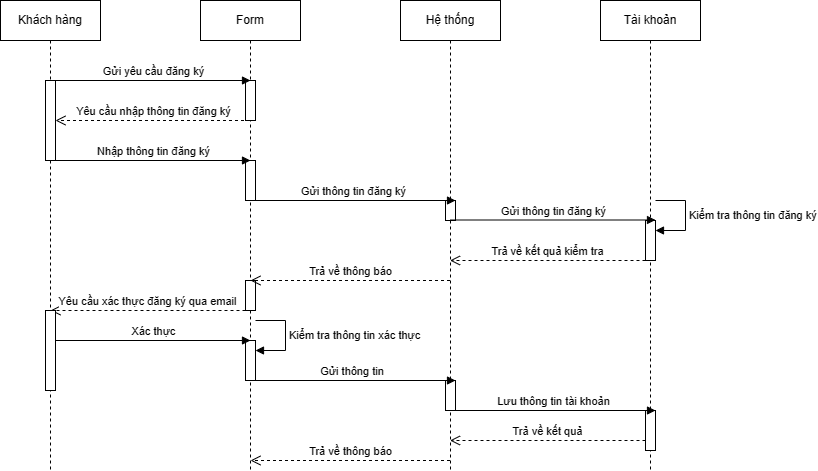
Earlier version of the draw.io export SD/imgs/SD_DANGKY.drawio.png (hieuNV0871/da). Source tidied: cells renumbered, new cells last; positions are measured from the earlier drawing's top-left corner, leaving out a move shared by most shapes.
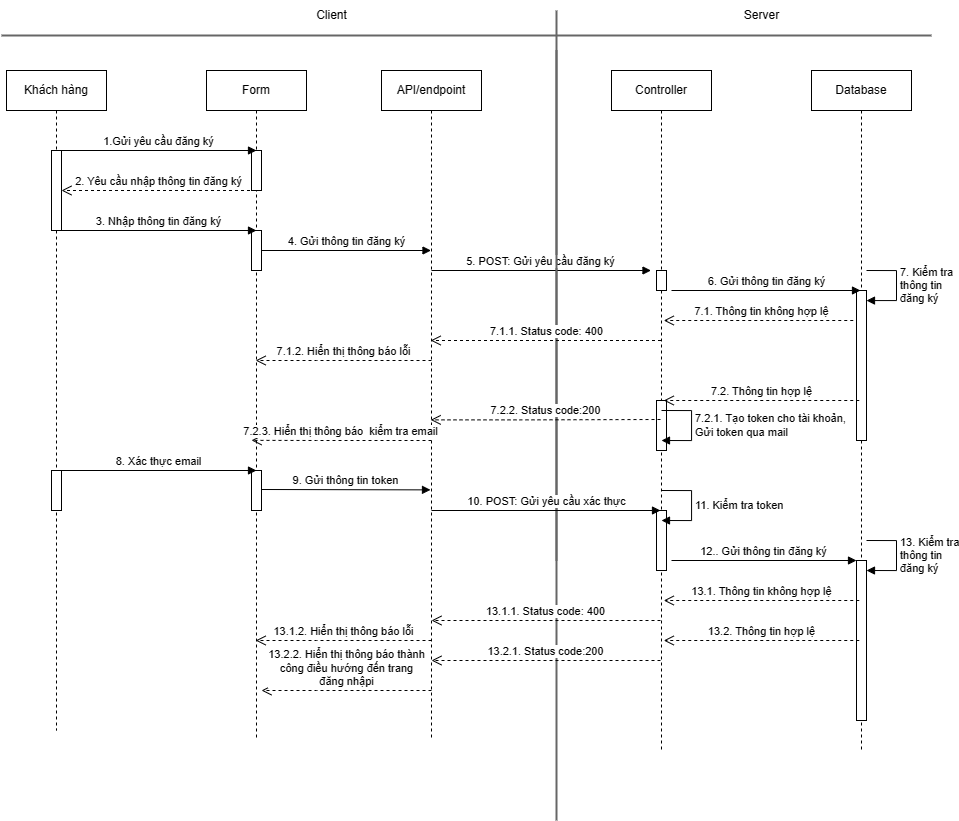
After the change.

What changed in the source:
```diff
@@ -2,14 +2,17 @@
   <root>
     <mxCell id="0" />
     <mxCell id="1" parent="0" />
+    <mxCell id="31" style="line;strokeWidth=2;direction=south;html=1;fillColor=#f5f5f5;fontColor=#333333;strokeColor=#666666;" parent="1" vertex="1">
+      <mxGeometry x="340" y="-30" width="10" height="770" as="geometry" />
+    </mxCell>
     <mxCell id="2" value="Khách hàng" style="shape=umlLifeline;perimeter=lifelinePerimeter;whiteSpace=wrap;html=1;newEdgeStyle={&quot;curved&quot;:0,&quot;rounded&quot;:0};" parent="1" vertex="1">
-      <mxGeometry width="100" height="470" as="geometry" />
+      <mxGeometry x="-205" y="-10" width="100" height="660" as="geometry" />
     </mxCell>
     <mxCell id="3" style="html=1;points=[[0,0,0,0,5],[0,1,0,0,-5],[1,0,0,0,5],[1,1,0,0,-5]];perimeter=orthogonalPerimeter;outlineConnect=0;targetShapes=umlLifeline;portConstraint=eastwest;newEdgeStyle={&quot;curved&quot;:0,&quot;rounded&quot;:0};" parent="2" vertex="1">
       <mxGeometry x="45" y="80" width="10" height="80" as="geometry" />
     </mxCell>
     <mxCell id="4" value="Form" style="shape=umlLifeline;perimeter=lifelinePerimeter;whiteSpace=wrap;html=1;outlineConnect=0;portConstraint=eastwest;newEdgeStyle={&quot;curved&quot;:0,&quot;rounded&quot;:0};" parent="1" vertex="1">
-      <mxGeometry x="200" width="100" height="470" as="geometry" />
+      <mxGeometry x="-5" y="-10" width="100" height="670" as="geometry" />
     </mxCell>
     <mxCell id="5" style="html=1;perimeter=orthogonalPerimeter;targetShapes=umlLifeline;newEdgeStyle={&quot;curved&quot;:0,&quot;rounded&quot;:0};" parent="4" vertex="1">
       <mxGeometry x="45" y="80" width="10" height="40" as="geometry" />
@@ -17,75 +20,58 @@
     <mxCell id="6" style="html=1;points=[[0,0,0,0,5],[0,1,0,0,-5],[1,0,0,0,5],[1,1,0,0,-5]];perimeter=orthogonalPerimeter;outlineConnect=0;targetShapes=umlLifeline;portConstraint=eastwest;newEdgeStyle={&quot;curved&quot;:0,&quot;rounded&quot;:0};" parent="4" vertex="1">
       <mxGeometry x="45" y="160" width="10" height="40" as="geometry" />
     </mxCell>
-    <mxCell id="7" style="html=1;perimeter=orthogonalPerimeter;targetShapes=umlLifeline;newEdgeStyle={&quot;curved&quot;:0,&quot;rounded&quot;:0};" parent="4" vertex="1">
-      <mxGeometry x="45" y="280" width="10" height="30" as="geometry" />
-    </mxCell>
-    <mxCell id="8" style="html=1;points=[[0,0,0,0,5],[0,1,0,0,-5],[1,0,0,0,5],[1,1,0,0,-5]];perimeter=orthogonalPerimeter;outlineConnect=0;targetShapes=umlLifeline;portConstraint=eastwest;newEdgeStyle={&quot;curved&quot;:0,&quot;rounded&quot;:0};" parent="4" vertex="1">
-      <mxGeometry x="45" y="340" width="10" height="40" as="geometry" />
-    </mxCell>
-    <mxCell id="9" value="Kiểm tra thông tin xác thực" style="html=1;align=left;spacingLeft=2;endArrow=block;rounded=0;edgeStyle=orthogonalEdgeStyle;curved=0;rounded=0;" parent="4" edge="1" target="8">
-      <mxGeometry relative="1" as="geometry">
-        <mxPoint x="55" y="320" as="sourcePoint" />
-        <Array as="points">
-          <mxPoint x="85" y="350" />
-        </Array>
-      </mxGeometry>
-    </mxCell>
+    <mxCell id="32" style="html=1;perimeter=orthogonalPerimeter;targetShapes=umlLifeline;newEdgeStyle={&quot;curved&quot;:0,&quot;rounded&quot;:0};" parent="4" vertex="1">
+      <mxGeometry x="45" y="400" width="10" height="40" as="geometry" />
+    </mxCell>
-    <mxCell id="10" value="Hệ thống" style="shape=umlLifeline;perimeter=lifelinePerimeter;whiteSpace=wrap;html=1;outlineConnect=0;portConstraint=eastwest;newEdgeStyle={&quot;curved&quot;:0,&quot;rounded&quot;:0};" parent="1" vertex="1">
-      <mxGeometry x="400" width="100" height="470" as="geometry" />
+    <mxCell id="10" value="Controller" style="shape=umlLifeline;perimeter=lifelinePerimeter;whiteSpace=wrap;html=1;outlineConnect=0;portConstraint=eastwest;newEdgeStyle={&quot;curved&quot;:0,&quot;rounded&quot;:0};" parent="1" vertex="1">
+      <mxGeometry x="400" y="-10" width="100" height="680" as="geometry" />
     </mxCell>
     <mxCell id="11" style="html=1;perimeter=orthogonalPerimeter;targetShapes=umlLifeline;newEdgeStyle={&quot;curved&quot;:0,&quot;rounded&quot;:0};" parent="10" vertex="1">
       <mxGeometry x="45" y="200" width="10" height="20" as="geometry" />
     </mxCell>
     <mxCell id="12" style="html=1;perimeter=orthogonalPerimeter;targetShapes=umlLifeline;newEdgeStyle={&quot;curved&quot;:0,&quot;rounded&quot;:0};" parent="10" vertex="1">
-      <mxGeometry x="45" y="380" width="10" height="30" as="geometry" />
+      <mxGeometry x="45" y="330" width="10" height="50" as="geometry" />
     </mxCell>
+    <mxCell id="33" style="html=1;perimeter=orthogonalPerimeter;targetShapes=umlLifeline;newEdgeStyle={&quot;curved&quot;:0,&quot;rounded&quot;:0};" parent="10" vertex="1">
+      <mxGeometry x="45" y="440" width="10" height="60" as="geometry" />
+    </mxCell>
-    <mxCell id="13" value="Yêu cầu nhập thông tin đăng ký&lt;br&gt;" style="html=1;verticalAlign=bottom;endArrow=open;dashed=1;endSize=8;curved=0;rounded=0;" parent="1" edge="1" source="4" target="3">
+    <mxCell id="13" value="2. Yêu cầu nhập thông tin đăng ký" style="html=1;verticalAlign=bottom;endArrow=open;dashed=1;endSize=8;curved=0;rounded=0;" parent="1" edge="1" source="4" target="3">
       <mxGeometry relative="1" as="geometry">
         <Array as="points">
-          <mxPoint x="130" y="120" />
+          <mxPoint x="-75" y="110" />
         </Array>
       </mxGeometry>
     </mxCell>
-    <mxCell id="14" value="Nhập thông tin đăng ký" style="html=1;verticalAlign=bottom;endArrow=block;curved=0;rounded=0;" parent="1" edge="1" source="3">
+    <mxCell id="14" value="3. Nhập thông tin đăng ký" style="html=1;verticalAlign=bottom;endArrow=block;curved=0;rounded=0;" parent="1" edge="1" source="3">
       <mxGeometry relative="1" as="geometry">
-        <mxPoint x="250" y="160" as="targetPoint" />
+        <mxPoint x="45" y="150" as="targetPoint" />
       </mxGeometry>
     </mxCell>
-    <mxCell id="15" value="Gửi yêu cầu đăng ký&lt;br&gt;" style="html=1;verticalAlign=bottom;endArrow=block;curved=0;rounded=0;" parent="1" edge="1">
+    <mxCell id="15" value="1.Gửi yêu cầu đăng ký" style="html=1;verticalAlign=bottom;endArrow=block;curved=0;rounded=0;" parent="1" edge="1">
       <mxGeometry relative="1" as="geometry">
-        <mxPoint x="55" y="80" as="sourcePoint" />
-        <mxPoint x="250" y="80" as="targetPoint" />
+        <mxPoint x="-150" y="70" as="sourcePoint" />
+        <mxPoint x="45" y="70" as="targetPoint" />
       </mxGeometry>
     </mxCell>
-    <mxCell id="16" value="Gửi thông tin đăng ký&lt;br&gt;" style="html=1;verticalAlign=bottom;endArrow=block;curved=0;rounded=0;" parent="1" edge="1">
+    <mxCell id="16" value="5. POST: Gửi yêu cầu đăng ký" style="html=1;verticalAlign=bottom;endArrow=block;curved=0;rounded=0;" parent="1" edge="1">
       <mxGeometry relative="1" as="geometry">
-        <mxPoint x="250" y="200" as="sourcePoint" />
-        <mxPoint x="455" y="200" as="targetPoint" />
+        <mxPoint x="220" y="190" as="sourcePoint" />
+        <mxPoint x="439.5" y="190" as="targetPoint" />
       </mxGeometry>
     </mxCell>
-    <mxCell id="17" value="Trả về kết quả kiểm tra" style="html=1;verticalAlign=bottom;endArrow=open;dashed=1;endSize=8;curved=0;rounded=0;" parent="1" edge="1">
+    <mxCell id="17" value="7.1. Thông tin không hợp lệ" style="html=1;verticalAlign=bottom;endArrow=open;dashed=1;endSize=8;curved=0;rounded=0;" parent="1" edge="1">
       <mxGeometry relative="1" as="geometry">
-        <mxPoint x="645" y="260" as="sourcePoint" />
-        <mxPoint x="449.5" y="260" as="targetPoint" />
+        <mxPoint x="647.8" y="240" as="sourcePoint" />
+        <mxPoint x="452.2" y="240" as="targetPoint" />
         <Array as="points">
-          <mxPoint x="485" y="260" />
+          <mxPoint x="487.8" y="240" />
         </Array>
       </mxGeometry>
     </mxCell>
-    <mxCell id="18" value="Trả về thông báo" style="html=1;verticalAlign=bottom;endArrow=open;dashed=1;endSize=8;curved=0;rounded=0;" parent="1" edge="1">
-      <mxGeometry relative="1" as="geometry">
-        <mxPoint x="449.5" y="280" as="sourcePoint" />
-        <mxPoint x="250" y="280" as="targetPoint" />
-        <Array as="points">
-          <mxPoint x="325" y="280" />
-        </Array>
-      </mxGeometry>
-    </mxCell>
-    <mxCell id="19" value="Tài khoản" style="shape=umlLifeline;perimeter=lifelinePerimeter;whiteSpace=wrap;html=1;newEdgeStyle={&quot;curved&quot;:0,&quot;rounded&quot;:0};" parent="1" vertex="1">
-      <mxGeometry x="600" width="100" height="470" as="geometry" />
+    <mxCell id="19" value="Database" style="shape=umlLifeline;perimeter=lifelinePerimeter;whiteSpace=wrap;html=1;newEdgeStyle={&quot;curved&quot;:0,&quot;rounded&quot;:0};" parent="1" vertex="1">
+      <mxGeometry x="600" y="-10" width="100" height="680" as="geometry" />
     </mxCell>
-    <mxCell id="20" value="Kiểm tra thông tin đăng ký" style="html=1;align=left;spacingLeft=2;endArrow=block;rounded=0;edgeStyle=orthogonalEdgeStyle;curved=0;rounded=0;" parent="19" edge="1" target="21">
+    <mxCell id="20" value="7. Kiểm tra &lt;br&gt;thông tin &lt;br&gt;đăng ký" style="html=1;align=left;spacingLeft=2;endArrow=block;rounded=0;edgeStyle=orthogonalEdgeStyle;curved=0;rounded=0;" parent="19" edge="1" target="21">
       <mxGeometry relative="1" as="geometry">
         <mxPoint x="55" y="200" as="sourcePoint" />
         <Array as="points">
@@ -94,64 +80,175 @@
       </mxGeometry>
     </mxCell>
     <mxCell id="21" style="html=1;points=[[0,0,0,0,5],[0,1,0,0,-5],[1,0,0,0,5],[1,1,0,0,-5]];perimeter=orthogonalPerimeter;outlineConnect=0;targetShapes=umlLifeline;portConstraint=eastwest;newEdgeStyle={&quot;curved&quot;:0,&quot;rounded&quot;:0};" parent="19" vertex="1">
-      <mxGeometry x="45" y="220" width="10" height="40" as="geometry" />
+      <mxGeometry x="45" y="220" width="10" height="150" as="geometry" />
     </mxCell>
     <mxCell id="22" style="html=1;perimeter=orthogonalPerimeter;targetShapes=umlLifeline;newEdgeStyle={&quot;curved&quot;:0,&quot;rounded&quot;:0};" parent="19" vertex="1">
-      <mxGeometry x="45" y="410" width="10" height="40" as="geometry" />
+      <mxGeometry x="45" y="490" width="10" height="160" as="geometry" />
     </mxCell>
-    <mxCell id="23" value="Gửi thông tin đăng ký&lt;br&gt;" style="html=1;verticalAlign=bottom;endArrow=block;curved=0;rounded=0;" parent="1" edge="1">
+    <mxCell id="23" value="12.. Gửi thông tin đăng ký" style="html=1;verticalAlign=bottom;endArrow=block;curved=0;rounded=0;" parent="1" edge="1">
       <mxGeometry relative="1" as="geometry">
-        <mxPoint x="450" y="219.5" as="sourcePoint" />
-        <mxPoint x="655" y="219.5" as="targetPoint" />
+        <mxPoint x="460" y="480" as="sourcePoint" />
+        <mxPoint x="645" y="480" as="targetPoint" />
       </mxGeometry>
     </mxCell>
-    <mxCell id="24" value="Yêu cầu xác thực đăng ký qua email" style="html=1;verticalAlign=bottom;endArrow=open;dashed=1;endSize=8;curved=0;rounded=0;" parent="1" edge="1">
-      <mxGeometry relative="1" as="geometry">
-        <mxPoint x="245" y="310" as="sourcePoint" />
-        <mxPoint x="50" y="310" as="targetPoint" />
-        <Array as="points">
-          <mxPoint x="125" y="310" />
-        </Array>
-      </mxGeometry>
-    </mxCell>
     <mxCell id="25" style="html=1;perimeter=orthogonalPerimeter;targetShapes=umlLifeline;newEdgeStyle={&quot;curved&quot;:0,&quot;rounded&quot;:0};" parent="1" vertex="1">
-      <mxGeometry x="45" y="310" width="10" height="80" as="geometry" />
+      <mxGeometry x="-160" y="390" width="10" height="40" as="geometry" />
     </mxCell>
-    <mxCell id="26" value="Xác thực" style="html=1;verticalAlign=bottom;endArrow=block;curved=0;rounded=0;" parent="1" edge="1">
+    <mxCell id="26" value="8. Xác thực email" style="html=1;verticalAlign=bottom;endArrow=block;curved=0;rounded=0;" parent="1" edge="1">
       <mxGeometry relative="1" as="geometry">
-        <mxPoint x="55" y="340" as="sourcePoint" />
-        <mxPoint x="250" y="340" as="targetPoint" />
+        <mxPoint x="-150" y="390" as="sourcePoint" />
+        <mxPoint x="45" y="390" as="targetPoint" />
       </mxGeometry>
     </mxCell>
-    <mxCell id="27" value="Gửi thông tin&amp;nbsp;" style="html=1;verticalAlign=bottom;endArrow=block;curved=0;rounded=0;" parent="1" edge="1">
-      <mxGeometry relative="1" as="geometry">
-        <mxPoint x="250" y="380" as="sourcePoint" />
-        <mxPoint x="455" y="380" as="targetPoint" />
-      </mxGeometry>
-    </mxCell>
-    <mxCell id="28" value="Lưu thông tin tài khoản" style="html=1;verticalAlign=bottom;endArrow=block;curved=0;rounded=0;" parent="1" edge="1">
-      <mxGeometry relative="1" as="geometry">
-        <mxPoint x="450" y="410" as="sourcePoint" />
-        <mxPoint x="655" y="410" as="targetPoint" />
-      </mxGeometry>
-    </mxCell>
-    <mxCell id="29" value="Trả về kết quả" style="html=1;verticalAlign=bottom;endArrow=open;dashed=1;endSize=8;curved=0;rounded=0;" parent="1" edge="1">
-      <mxGeometry relative="1" as="geometry">
-        <mxPoint x="645" y="440" as="sourcePoint" />
-        <mxPoint x="449.5" y="440" as="targetPoint" />
-        <Array as="points">
-          <mxPoint x="485" y="440" />
-        </Array>
-      </mxGeometry>
-    </mxCell>
-    <mxCell id="30" value="Trả về thông báo" style="html=1;verticalAlign=bottom;endArrow=open;dashed=1;endSize=8;curved=0;rounded=0;" parent="1" edge="1">
-      <mxGeometry relative="1" as="geometry">
-        <mxPoint x="449.5" y="460" as="sourcePoint" />
-        <mxPoint x="250" y="460" as="targetPoint" />
-        <Array as="points">
-          <mxPoint x="325" y="460" />
-        </Array>
-      </mxGeometry>
-    </mxCell>
+    <mxCell id="34" style="line;strokeWidth=2;html=1;fillColor=#f5f5f5;fontColor=#333333;strokeColor=#666666;" parent="1" vertex="1">
+      <mxGeometry x="-210" y="-50" width="930" height="10" as="geometry" />
+    </mxCell>
+    <mxCell id="35" value="Server" style="text;html=1;align=center;verticalAlign=middle;strokeColor=none;fillColor=none;" parent="1" vertex="1">
+      <mxGeometry x="520" y="-80" width="60" height="30" as="geometry" />
+    </mxCell>
+    <mxCell id="36" value="Client" style="text;html=1;align=center;verticalAlign=middle;strokeColor=none;fillColor=none;" parent="1" vertex="1">
+      <mxGeometry x="95" y="-80" width="50" height="30" as="geometry" />
+    </mxCell>
+    <mxCell id="37" style="line;strokeWidth=2;direction=south;html=1;fillColor=#f5f5f5;fontColor=#333333;strokeColor=#666666;" parent="1" vertex="1">
+      <mxGeometry x="340" y="-70" width="10" height="550" as="geometry" />
+    </mxCell>
+    <mxCell id="38" value="API/endpoint" style="shape=umlLifeline;perimeter=lifelinePerimeter;whiteSpace=wrap;html=1;outlineConnect=0;portConstraint=eastwest;newEdgeStyle={&quot;curved&quot;:0,&quot;rounded&quot;:0};" parent="1" vertex="1">
+      <mxGeometry x="170" y="-10" width="100" height="670" as="geometry" />
+    </mxCell>
+    <mxCell id="39" value="4. Gửi thông tin đăng ký" style="html=1;verticalAlign=bottom;endArrow=block;curved=0;rounded=0;" parent="1" edge="1" source="6" target="38">
+      <mxGeometry relative="1" as="geometry" />
+    </mxCell>
+    <mxCell id="40" value="7.1.1. Status code: 400" style="html=1;verticalAlign=bottom;endArrow=open;dashed=1;endSize=8;curved=0;rounded=0;" parent="1" edge="1" source="10" target="38">
+      <mxGeometry relative="1" as="geometry">
+        <Array as="points">
+          <mxPoint x="310.5" y="260" />
+        </Array>
+      </mxGeometry>
+    </mxCell>
+    <mxCell id="41" value="7.2. Thông tin hợp lệ" style="html=1;verticalAlign=bottom;endArrow=open;dashed=1;endSize=8;curved=0;rounded=0;" parent="1" edge="1">
+      <mxGeometry relative="1" as="geometry">
+        <mxPoint x="647.8" y="320" as="sourcePoint" />
+        <mxPoint x="452.2" y="320" as="targetPoint" />
+        <Array as="points">
+          <mxPoint x="487.8" y="320" />
+        </Array>
+      </mxGeometry>
+    </mxCell>
+    <mxCell id="42" value="7.2.2. Status code:200" style="html=1;verticalAlign=bottom;endArrow=open;dashed=1;endSize=8;curved=0;rounded=0;" parent="1" edge="1" target="38">
+      <mxGeometry relative="1" as="geometry">
+        <mxPoint x="449" y="339" as="sourcePoint" />
+        <Array as="points">
+          <mxPoint x="310.5" y="339.4" />
+        </Array>
+      </mxGeometry>
+    </mxCell>
+    <mxCell id="43" value="7.2.1. Tạo token cho tài khoản,&amp;nbsp;&lt;br&gt;Gửi token qua mail" style="html=1;align=left;spacingLeft=2;endArrow=block;rounded=0;edgeStyle=orthogonalEdgeStyle;curved=0;rounded=0;" parent="1" edge="1">
+      <mxGeometry relative="1" as="geometry">
+        <mxPoint x="450" y="330" as="sourcePoint" />
+        <mxPoint x="450" y="360" as="targetPoint" />
+        <Array as="points">
+          <mxPoint x="480" y="360" />
+        </Array>
+      </mxGeometry>
+    </mxCell>
+    <mxCell id="44" value="7.1.2. Hiển thị thông báo lỗi" style="html=1;verticalAlign=bottom;endArrow=open;dashed=1;endSize=8;curved=0;rounded=0;" parent="1" edge="1" target="4">
+      <mxGeometry relative="1" as="geometry">
+        <mxPoint x="220" y="280" as="sourcePoint" />
+        <Array as="points">
+          <mxPoint x="105" y="280" />
+        </Array>
+      </mxGeometry>
+    </mxCell>
+    <mxCell id="45" value="7.2.3. Hiển thị thông báo&amp;nbsp; kiểm tra email" style="html=1;verticalAlign=bottom;endArrow=open;dashed=1;endSize=8;curved=0;rounded=0;entryX=0.45;entryY=0.552;entryDx=0;entryDy=0;entryPerimeter=0;" parent="1" edge="1" target="4">
+      <mxGeometry relative="1" as="geometry">
+        <mxPoint x="220" y="360" as="sourcePoint" />
+        <Array as="points">
+          <mxPoint x="105" y="360" />
+        </Array>
+      </mxGeometry>
+    </mxCell>
+    <mxCell id="46" value="9. Gửi thông tin token" style="html=1;verticalAlign=bottom;endArrow=block;curved=0;rounded=0;" parent="1" edge="1">
+      <mxGeometry relative="1" as="geometry">
+        <mxPoint x="50" y="409" as="sourcePoint" />
+        <mxPoint x="219" y="409.4" as="targetPoint" />
+      </mxGeometry>
+    </mxCell>
+    <mxCell id="47" value="10. POST: Gửi yêu cầu xác thực" style="html=1;verticalAlign=bottom;endArrow=block;curved=0;rounded=0;" parent="1" edge="1">
+      <mxGeometry relative="1" as="geometry">
+        <mxPoint x="220" y="430" as="sourcePoint" />
+        <mxPoint x="449" y="430" as="targetPoint" />
+      </mxGeometry>
+    </mxCell>
+    <mxCell id="48" value="13. Kiểm tra &lt;br&gt;thông tin &lt;br&gt;đăng ký" style="html=1;align=left;spacingLeft=2;endArrow=block;rounded=0;edgeStyle=orthogonalEdgeStyle;curved=0;rounded=0;" parent="1" edge="1">
+      <mxGeometry relative="1" as="geometry">
+        <mxPoint x="655" y="460" as="sourcePoint" />
+        <mxPoint x="655" y="490" as="targetPoint" />
+        <Array as="points">
+          <mxPoint x="685" y="490" />
+        </Array>
+      </mxGeometry>
+    </mxCell>
+    <mxCell id="49" value="13.1. Thông tin không hợp lệ" style="html=1;verticalAlign=bottom;endArrow=open;dashed=1;endSize=8;curved=0;rounded=0;" parent="1" edge="1">
+      <mxGeometry relative="1" as="geometry">
+        <mxPoint x="647.8" y="520" as="sourcePoint" />
+        <mxPoint x="452.2" y="520" as="targetPoint" />
+      </mxGeometry>
+    </mxCell>
+    <mxCell id="50" value="11. Kiểm tra token" style="html=1;align=left;spacingLeft=2;endArrow=block;rounded=0;edgeStyle=orthogonalEdgeStyle;curved=0;rounded=0;" parent="1" edge="1">
+      <mxGeometry relative="1" as="geometry">
+        <mxPoint x="450" y="410" as="sourcePoint" />
+        <mxPoint x="450" y="440" as="targetPoint" />
+        <Array as="points">
+          <mxPoint x="480" y="440" />
+        </Array>
+      </mxGeometry>
+    </mxCell>
+    <mxCell id="51" value="13.1.1. Status code: 400" style="html=1;verticalAlign=bottom;endArrow=open;dashed=1;endSize=8;curved=0;rounded=0;" parent="1" edge="1">
+      <mxGeometry relative="1" as="geometry">
+        <mxPoint x="449" y="540" as="sourcePoint" />
+        <mxPoint x="220" y="540" as="targetPoint" />
+        <Array as="points">
+          <mxPoint x="310.5" y="540" />
+        </Array>
+      </mxGeometry>
+    </mxCell>
+    <mxCell id="52" value="13.2. Thông tin hợp lệ" style="html=1;verticalAlign=bottom;endArrow=open;dashed=1;endSize=8;curved=0;rounded=0;" parent="1" edge="1">
+      <mxGeometry relative="1" as="geometry">
+        <mxPoint x="647.8" y="560" as="sourcePoint" />
+        <mxPoint x="452.2" y="560" as="targetPoint" />
+      </mxGeometry>
+    </mxCell>
+    <mxCell id="53" value="13.2.1. Status code:200" style="html=1;verticalAlign=bottom;endArrow=open;dashed=1;endSize=8;curved=0;rounded=0;" parent="1" edge="1">
+      <mxGeometry relative="1" as="geometry">
+        <mxPoint x="449" y="580" as="sourcePoint" />
+        <mxPoint x="220" y="580" as="targetPoint" />
+        <Array as="points">
+          <mxPoint x="310.5" y="580" />
+        </Array>
+      </mxGeometry>
+    </mxCell>
+    <mxCell id="54" value="13.1.2. Hiển thị thông báo lỗi" style="html=1;verticalAlign=bottom;endArrow=open;dashed=1;endSize=8;curved=0;rounded=0;" parent="1" edge="1" target="4">
+      <mxGeometry relative="1" as="geometry">
+        <mxPoint x="220" y="560" as="sourcePoint" />
+        <Array as="points">
+          <mxPoint x="105" y="560" />
+        </Array>
+      </mxGeometry>
+    </mxCell>
+    <mxCell id="55" value="13.2.2. Hiển thị thông báo thành&lt;br&gt;công điều hướng đến trang&lt;br&gt;đăng nhậpi" style="html=1;verticalAlign=bottom;endArrow=open;dashed=1;endSize=8;curved=0;rounded=0;" parent="1" edge="1">
+      <mxGeometry relative="1" as="geometry">
+        <mxPoint x="220" y="610" as="sourcePoint" />
+        <mxPoint x="50" y="610" as="targetPoint" />
+        <Array as="points">
+          <mxPoint x="105" y="610" />
+        </Array>
+      </mxGeometry>
+    </mxCell>
+    <mxCell id="56" value="6. Gửi thông tin đăng ký" style="html=1;verticalAlign=bottom;endArrow=block;curved=0;rounded=0;" parent="1" edge="1">
+      <mxGeometry relative="1" as="geometry">
+        <mxPoint x="460" y="210" as="sourcePoint" />
+        <mxPoint x="649" y="210" as="targetPoint" />
+      </mxGeometry>
+    </mxCell>
   </root>
 </mxGraphModel>
```
